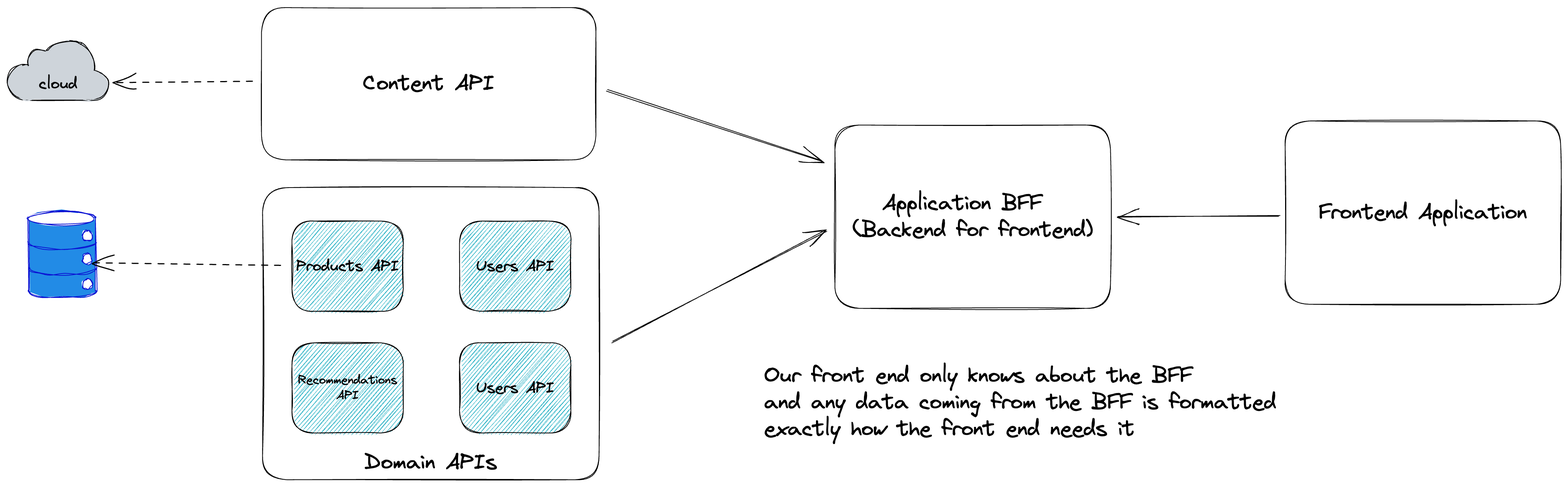
citypaul/fullstack-react-tdd-example keeps this Excalidraw diagram as wireframes/bff.png. Above is the earlier version. Source tidied: one line per element, renumbered; positions are measured from the earlier drawing's top-left corner, leaving out a move shared by most shapes. The source it was exported from:
```json
{"id": 0, "type": "rectangle", "strokeColor": "#000000", "strokeWidth": 1, "roughness": 1, "round": true, "x": 335, "y": 237, "width": 442, "height": 384}
{"id": 1, "type": "text", "text": "Domain APIs", "strokeColor": "#000000", "strokeWidth": 1, "roughness": 1, "fontSize": 28, "fontFamily": 1, "textAlign": "center", "verticalAlign": "bottom", "inside": 0, "x": 469, "y": 580, "width": 174, "height": 35}
{"id": 2, "type": "rectangle", "strokeColor": "#000000", "backgroundColor": "#15aabf", "fillStyle": "hachure", "strokeWidth": 1, "roughness": 1, "round": true, "x": 373, "y": 280, "width": 146, "height": 119}
{"id": 3, "type": "text", "text": "Products API", "strokeColor": "#000000", "strokeWidth": 1, "roughness": 1, "fontSize": 20, "fontFamily": 1, "textAlign": "center", "verticalAlign": "middle", "inside": 2, "x": 379, "y": 327, "width": 135, "height": 25}
{"id": 4, "type": "rectangle", "strokeColor": "#000000", "backgroundColor": "#15aabf", "fillStyle": "hachure", "strokeWidth": 1, "roughness": 1, "round": true, "x": 373, "y": 440, "width": 146, "height": 119}
{"id": 5, "type": "text", "text": "Recommendations\nAPI", "strokeColor": "#000000", "strokeWidth": 1, "roughness": 1, "fontSize": 16, "fontFamily": 1, "textAlign": "center", "verticalAlign": "middle", "inside": 4, "x": 381, "y": 480, "width": 130, "height": 40}
{"id": 6, "type": "rectangle", "strokeColor": "#000000", "backgroundColor": "#15aabf", "fillStyle": "hachure", "strokeWidth": 1, "roughness": 1, "round": true, "x": 593, "y": 280, "width": 146, "height": 119}
{"id": 7, "type": "text", "text": "Users API", "strokeColor": "#000000", "strokeWidth": 1, "roughness": 1, "fontSize": 20, "fontFamily": 1, "textAlign": "center", "verticalAlign": "middle", "inside": 6, "x": 615, "y": 327, "width": 103, "height": 25}
{"id": 8, "type": "rectangle", "strokeColor": "#000000", "backgroundColor": "#15aabf", "fillStyle": "hachure", "strokeWidth": 1, "roughness": 1, "round": true, "x": 593, "y": 440, "width": 146, "height": 119}
{"id": 9, "type": "text", "text": "Users API", "strokeColor": "#000000", "strokeWidth": 1, "roughness": 1, "fontSize": 20, "fontFamily": 1, "textAlign": "center", "verticalAlign": "middle", "inside": 8, "x": 615, "y": 487, "width": 103, "height": 25}
{"id": 10, "type": "rectangle", "strokeColor": "#000000", "strokeWidth": 1, "roughness": 1, "round": true, "x": 333, "y": 0, "width": 439, "height": 200}
{"id": 11, "type": "text", "text": "Content API", "strokeColor": "#000000", "strokeWidth": 1, "roughness": 1, "fontSize": 28, "fontFamily": 1, "textAlign": "center", "verticalAlign": "middle", "inside": 10, "x": 467, "y": 83, "width": 173, "height": 35}
{"id": 12, "type": "line", "strokeColor": "#0a11d3", "backgroundColor": "#228be6", "fillStyle": "solid", "strokeWidth": 1, "roughness": 1, "round": true, "x": 28, "y": 276, "width": 88, "height": 114, "points": [[0, 0], [0, 86], [0, 96], [5, 100], [20, 104], [47, 105], [72, 103], [86, 99], [88, 95], [88, 87], [88, 7], [87, 0], [82, -5], [70, -7], [43, -9], [21, -8], [4, -4], [0, 0], [0, 0]]}
{"id": 13, "type": "line", "strokeColor": "#0a11d3", "strokeWidth": 1, "roughness": 1, "round": true, "x": 29, "y": 341, "width": 88, "height": 10, "points": [[0, 0], [2, 4], [12, 7], [26, 9], [47, 9], [71, 8], [85, 3], [88, 0]]}
{"id": 14, "type": "line", "strokeColor": "#0a11d3", "strokeWidth": 1, "roughness": 1, "round": true, "x": 28, "y": 308, "width": 88, "height": 10, "points": [[0, 0], [2, 4], [12, 7], [26, 9], [47, 9], [71, 8], [85, 3], [88, 0]]}
{"id": 15, "type": "ellipse", "strokeColor": "#0a11d3", "backgroundColor": "#fff", "fillStyle": "solid", "strokeWidth": 1, "roughness": 1, "x": 27, "y": 268, "width": 88, "height": 18}
{"id": 16, "type": "ellipse", "strokeColor": "#0a11d3", "backgroundColor": "#fff", "fillStyle": "solid", "strokeWidth": 1, "roughness": 1, "x": 98, "y": 293, "width": 13, "height": 14}
{"id": 17, "type": "ellipse", "strokeColor": "#0a11d3", "backgroundColor": "#fff", "fillStyle": "solid", "strokeWidth": 1, "roughness": 1, "x": 98, "y": 323, "width": 13, "height": 14}
{"id": 18, "type": "ellipse", "strokeColor": "#0a11d3", "backgroundColor": "#fff", "fillStyle": "solid", "strokeWidth": 1, "roughness": 1, "x": 98, "y": 357, "width": 13, "height": 14}
{"id": 19, "type": "arrow", "strokeColor": "#000000", "strokeWidth": 1, "strokeStyle": "dashed", "roughness": 1, "endArrowhead": "arrow", "round": true, "from": 2, "to": 17, "x": 358, "y": 338, "width": 248, "height": 1, "points": [[0, 0], [-248, -1]]}
{"id": 20, "type": "rectangle", "strokeColor": "#000000", "backgroundColor": "#ced4da", "fillStyle": "solid", "strokeWidth": 1, "roughness": 1, "round": true, "x": 17, "y": 85, "width": 103, "height": 37}
{"id": 21, "type": "ellipse", "strokeColor": "#000000", "backgroundColor": "#ced4da", "fillStyle": "solid", "strokeWidth": 1, "roughness": 1, "x": 45, "y": 44, "width": 69, "height": 67}
{"id": 22, "type": "ellipse", "strokeColor": "#000000", "backgroundColor": "#ced4da", "fillStyle": "solid", "strokeWidth": 1, "roughness": 1, "x": 0, "y": 74, "width": 48, "height": 47}
{"id": 23, "type": "ellipse", "strokeColor": "#000000", "backgroundColor": "#ced4da", "fillStyle": "solid", "strokeWidth": 1, "roughness": 1, "x": 26, "y": 55, "width": 33, "height": 30}
{"id": 24, "type": "ellipse", "strokeColor": "#000000", "backgroundColor": "#ced4da", "fillStyle": "solid", "strokeWidth": 1, "roughness": 1, "x": 92, "y": 83, "width": 41, "height": 39}
{"id": 25, "type": "ellipse", "strokeColor": "#ced4da", "backgroundColor": "#ced4da", "fillStyle": "solid", "strokeWidth": 1, "roughness": 1, "x": 6, "y": 80, "width": 42, "height": 41}
{"id": 26, "type": "ellipse", "strokeColor": "#ced4da", "backgroundColor": "#ced4da", "fillStyle": "solid", "strokeWidth": 1, "roughness": 1, "x": 63, "y": 64, "width": 51, "height": 55}
{"id": 27, "type": "ellipse", "strokeColor": "#ced4da", "backgroundColor": "#ced4da", "fillStyle": "solid", "strokeWidth": 1, "roughness": 1, "x": 81, "y": 83, "width": 49, "height": 38}
{"id": 28, "type": "ellipse", "strokeColor": "#ced4da", "backgroundColor": "#ced4da", "fillStyle": "solid", "strokeWidth": 1, "roughness": 1, "x": 38, "y": 57, "width": 41, "height": 41}
{"id": 29, "type": "ellipse", "strokeColor": "#ced4da", "backgroundColor": "#ced4da", "fillStyle": "solid", "strokeWidth": 1, "roughness": 1, "x": 21, "y": 67, "width": 57, "height": 52}
{"id": 30, "type": "text", "text": "cloud", "strokeColor": "#000000", "backgroundColor": "#ced4da", "fillStyle": "solid", "strokeWidth": 1, "roughness": 1, "fontSize": 20.53, "fontFamily": 1, "textAlign": "center", "x": 41, "y": 87, "width": 50, "height": 28}
{"id": 31, "type": "arrow", "strokeColor": "#000000", "strokeWidth": 1, "strokeStyle": "dashed", "roughness": 1, "endArrowhead": "arrow", "round": true, "from": 10, "to": 27, "x": 322, "y": 96, "width": 182, "height": 3, "points": [[0, 0], [-182, 3]]}
{"id": 32, "type": "rectangle", "strokeColor": "#000000", "strokeWidth": 1, "roughness": 1, "round": true, "x": 1086, "y": 154, "width": 362, "height": 241}
{"id": 33, "type": "text", "text": "Application BFF  \n(Backend for frontend)", "strokeColor": "#000000", "strokeWidth": 1, "roughness": 1, "fontSize": 28, "fontFamily": 1, "textAlign": "center", "verticalAlign": "middle", "inside": 32, "x": 1109, "y": 240, "width": 316, "height": 70}
{"id": 34, "type": "arrow", "strokeColor": "#000000", "strokeWidth": 1, "roughness": 1, "endArrowhead": "arrow", "round": true, "from": 10, "to": 32, "x": 788, "y": 109, "width": 282, "height": 92, "points": [[0, 0], [282, 92]]}
{"id": 35, "type": "arrow", "strokeColor": "#000000", "strokeWidth": 1, "roughness": 1, "endArrowhead": "arrow", "round": true, "from": 0, "to": 32, "x": 794, "y": 439, "width": 282, "height": 145, "points": [[0, 0], [282, -145]]}
{"id": 36, "type": "text", "text": "Our front end only knows about the BFF\nand any data coming from the BFF is formatted\nexactly how the front end needs it", "strokeColor": "#000000", "strokeWidth": 1, "roughness": 1, "fontSize": 28, "fontFamily": 1, "x": 993, "y": 466, "width": 672, "height": 105}
{"id": 37, "type": "rectangle", "strokeColor": "#000000", "strokeWidth": 1, "roughness": 1, "round": true, "x": 1678, "y": 149, "width": 362, "height": 241}
{"id": 38, "type": "text", "text": "Frontend Application", "strokeColor": "#000000", "strokeWidth": 1, "roughness": 1, "fontSize": 28, "fontFamily": 1, "textAlign": "center", "verticalAlign": "middle", "inside": 37, "x": 1722, "y": 252, "width": 274, "height": 35}
{"id": 39, "type": "arrow", "strokeColor": "#000000", "strokeWidth": 1, "roughness": 1, "endArrowhead": "arrow", "round": true, "from": 37, "to": 32, "x": 1669, "y": 274, "width": 212, "height": 1, "points": [[0, 0], [-212, 1]]}
```
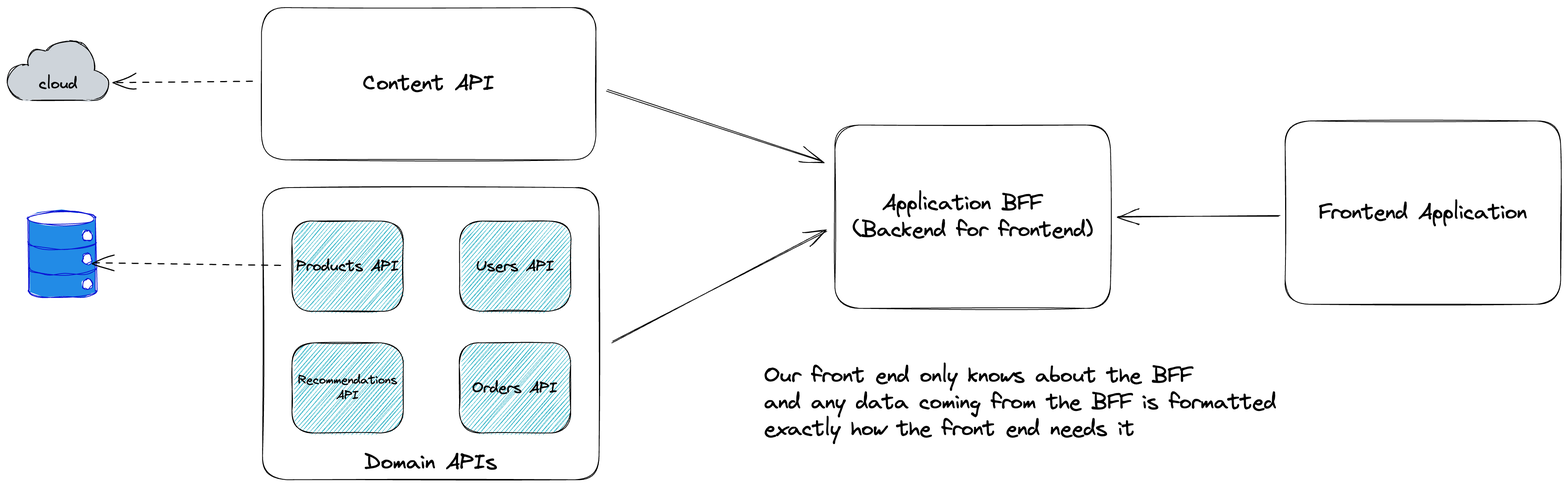
After the change.

Commit message:
updated bff diagram (#45)

The edit, as a diff of the source:
```diff
@@ -7,7 +7,7 @@
 {"id": 6, "type": "rectangle", "strokeColor": "#000000", "backgroundColor": "#15aabf", "fillStyle": "hachure", "strokeWidth": 1, "roughness": 1, "round": true, "x": 593, "y": 280, "width": 146, "height": 119}
 {"id": 7, "type": "text", "text": "Users API", "strokeColor": "#000000", "strokeWidth": 1, "roughness": 1, "fontSize": 20, "fontFamily": 1, "textAlign": "center", "verticalAlign": "middle", "inside": 6, "x": 615, "y": 327, "width": 103, "height": 25}
 {"id": 8, "type": "rectangle", "strokeColor": "#000000", "backgroundColor": "#15aabf", "fillStyle": "hachure", "strokeWidth": 1, "roughness": 1, "round": true, "x": 593, "y": 440, "width": 146, "height": 119}
-{"id": 9, "type": "text", "text": "Users API", "strokeColor": "#000000", "strokeWidth": 1, "roughness": 1, "fontSize": 20, "fontFamily": 1, "textAlign": "center", "verticalAlign": "middle", "inside": 8, "x": 615, "y": 487, "width": 103, "height": 25}
+{"id": 9, "type": "text", "text": "Orders API", "strokeColor": "#000000", "strokeWidth": 1, "roughness": 1, "fontSize": 20, "fontFamily": 1, "textAlign": "center", "verticalAlign": "middle", "inside": 8, "x": 610, "y": 487, "width": 112, "height": 25}
 {"id": 10, "type": "rectangle", "strokeColor": "#000000", "strokeWidth": 1, "roughness": 1, "round": true, "x": 333, "y": 0, "width": 439, "height": 200}
 {"id": 11, "type": "text", "text": "Content API", "strokeColor": "#000000", "strokeWidth": 1, "roughness": 1, "fontSize": 28, "fontFamily": 1, "textAlign": "center", "verticalAlign": "middle", "inside": 10, "x": 467, "y": 83, "width": 173, "height": 35}
 {"id": 12, "type": "line", "strokeColor": "#0a11d3", "backgroundColor": "#228be6", "fillStyle": "solid", "strokeWidth": 1, "roughness": 1, "round": true, "x": 28, "y": 276, "width": 88, "height": 114, "points": [[0, 0], [0, 86], [0, 96], [5, 100], [20, 104], [47, 105], [72, 103], [86, 99], [88, 95], [88, 87], [88, 7], [87, 0], [82, -5], [70, -7], [43, -9], [21, -8], [4, -4], [0, 0], [0, 0]]}
```
